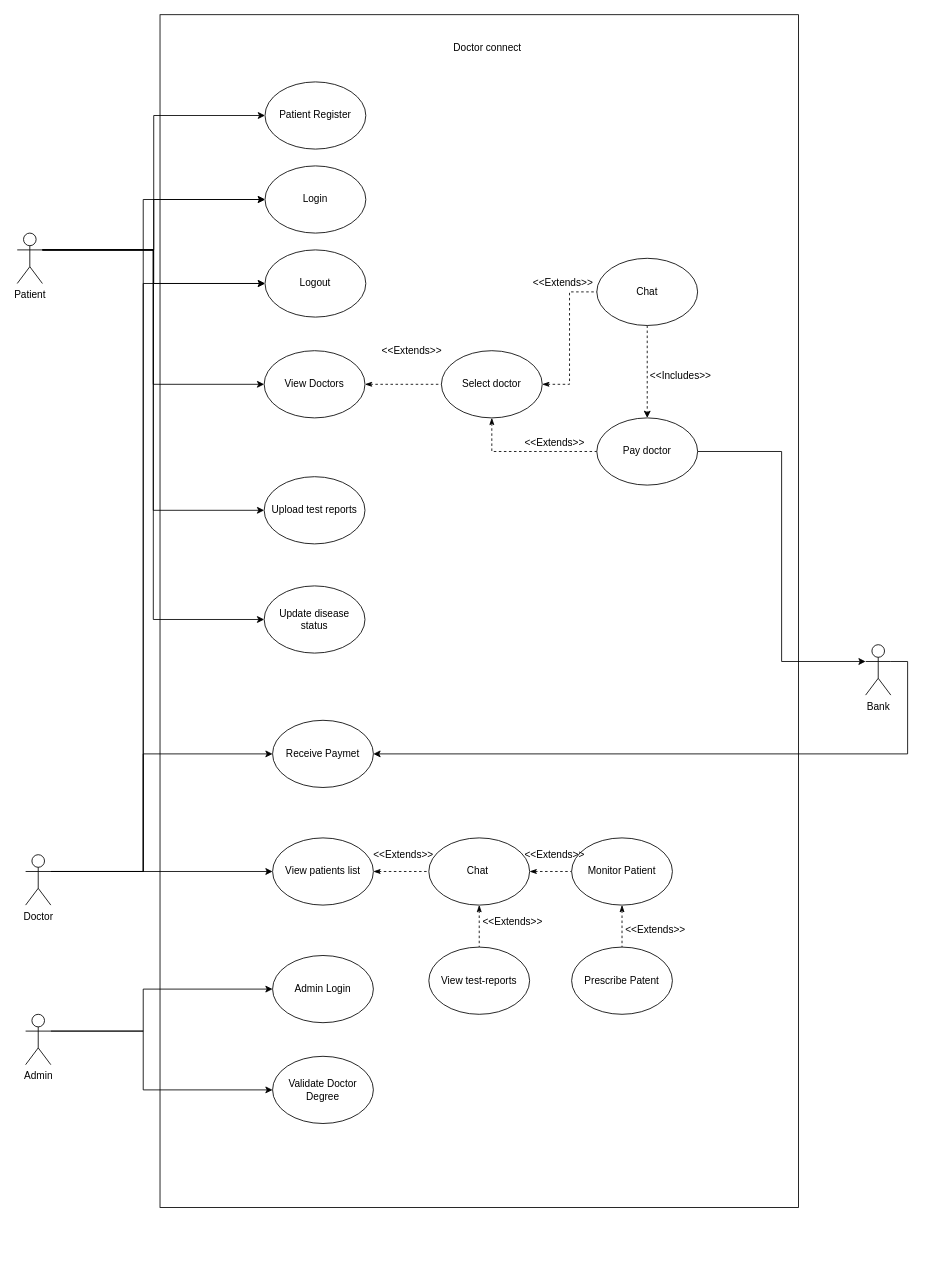
This is page "Copy of Patient" (4 of 6) of stqa.drawio from MohitBurkule/doctorconnect, a draw.io file, before an edit. Source tidied: cells renumbered, new cells numbered last; positions are measured from the earlier drawing's top-left corner, leaving out a move shared by most shapes. Both pictures are drawn from the tidied source at 84%, with x=0, y=0 at pixel (17, 14).
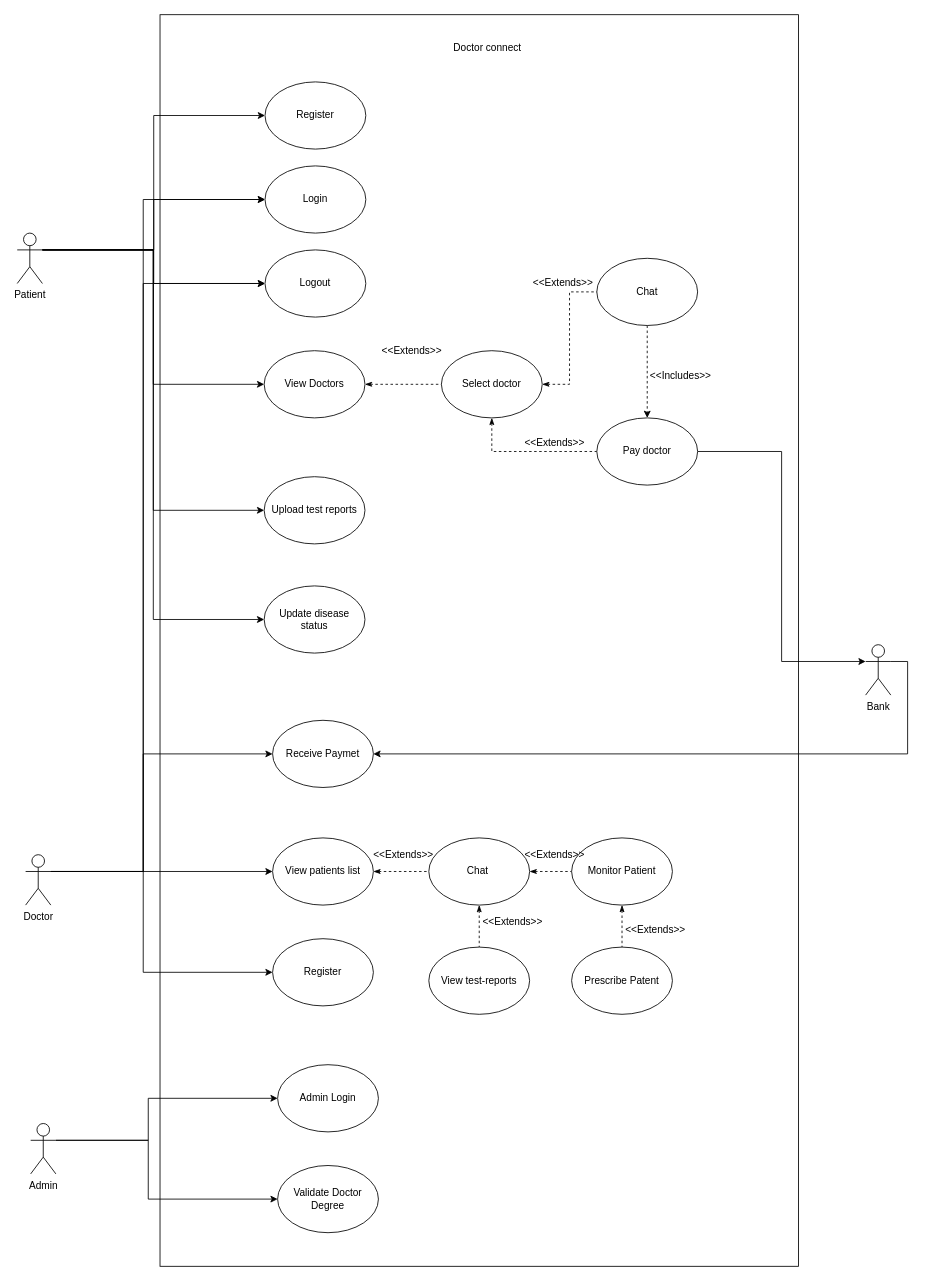
The same page after the edit.

Unchanged cells that the change refers to:
```xml
<mxCell id="35" value="Doctor" style="shape=umlActor;verticalLabelPosition=bottom;verticalAlign=top;html=1;outlineConnect=0;" parent="1" vertex="1">
  <mxGeometry x="10" y="1000" width="30" height="60" as="geometry" />
</mxCell>
```

Diff of the diagram source:
```diff
@@
     <mxCell id="2" style="rounded=0;whiteSpace=wrap;html=1;" parent="1" vertex="1">
-      <mxGeometry x="170" width="760" height="1420" as="geometry" />
+      <mxGeometry x="170" width="760" height="1490" as="geometry" />
     </mxCell>
@@
-    <mxCell id="10" value="Patient Register" style="ellipse;whiteSpace=wrap;html=1;" parent="1" vertex="1">
+    <mxCell id="10" value="Register" style="ellipse;whiteSpace=wrap;html=1;" parent="1" vertex="1">
       <mxGeometry x="295" y="80" width="120" height="80" as="geometry" />
     </mxCell>
@@
+    <mxCell id="55" style="edgeStyle=orthogonalEdgeStyle;rounded=0;jettySize=auto;html=1;exitX=1;exitY=0.3333333333333333;exitDx=0;exitDy=0;exitPerimeter=0;entryX=0;entryY=0.5;entryDx=0;entryDy=0;" parent="1" edge="1" source="35" target="56">
+      <mxGeometry relative="1" as="geometry">
+        <Array as="points">
+          <mxPoint x="150" y="1020" />
+          <mxPoint x="150" y="1140" />
+        </Array>
+      </mxGeometry>
+    </mxCell>
@@
     <mxCell id="50" style="edgeStyle=orthogonalEdgeStyle;rounded=0;jettySize=auto;html=1;exitX=1;exitY=0.3333333333333333;exitDx=0;exitDy=0;exitPerimeter=0;entryX=0;entryY=0.5;entryDx=0;entryDy=0;" parent="1" edge="1" source="52" target="53">
       <mxGeometry relative="1" as="geometry">
         <Array as="points">
-          <mxPoint x="150" y="1210" />
-          <mxPoint x="150" y="1160" />
+          <mxPoint x="156" y="1340" />
+          <mxPoint x="156" y="1290" />
         </Array>
       </mxGeometry>
     </mxCell>
     <mxCell id="51" style="edgeStyle=orthogonalEdgeStyle;rounded=0;jettySize=auto;html=1;exitX=1;exitY=0.3333333333333333;exitDx=0;exitDy=0;exitPerimeter=0;entryX=0;entryY=0.5;entryDx=0;entryDy=0;" parent="1" edge="1" source="52" target="54">
       <mxGeometry relative="1" as="geometry">
         <Array as="points">
-          <mxPoint x="150" y="1210" />
-          <mxPoint x="150" y="1280" />
+          <mxPoint x="156" y="1340" />
+          <mxPoint x="156" y="1410" />
         </Array>
       </mxGeometry>
     </mxCell>
     <mxCell id="52" value="Admin" style="shape=umlActor;verticalLabelPosition=bottom;verticalAlign=top;html=1;outlineConnect=0;" parent="1" vertex="1">
-      <mxGeometry x="10" y="1190" width="30" height="60" as="geometry" />
+      <mxGeometry x="16" y="1320" width="30" height="60" as="geometry" />
     </mxCell>
     <mxCell id="53" value="Admin Login" style="ellipse;whiteSpace=wrap;html=1;" parent="1" vertex="1">
-      <mxGeometry x="304" y="1120" width="120" height="80" as="geometry" />
+      <mxGeometry x="310" y="1250" width="120" height="80" as="geometry" />
     </mxCell>
     <mxCell id="54" value="Validate Doctor Degree" style="ellipse;whiteSpace=wrap;html=1;" parent="1" vertex="1">
-      <mxGeometry x="304" y="1240" width="120" height="80" as="geometry" />
+      <mxGeometry x="310" y="1370" width="120" height="80" as="geometry" />
     </mxCell>
+    <mxCell id="56" value="Register" style="ellipse;whiteSpace=wrap;html=1;" parent="1" vertex="1">
+      <mxGeometry x="304" y="1100" width="120" height="80" as="geometry" />
+    </mxCell>
```
